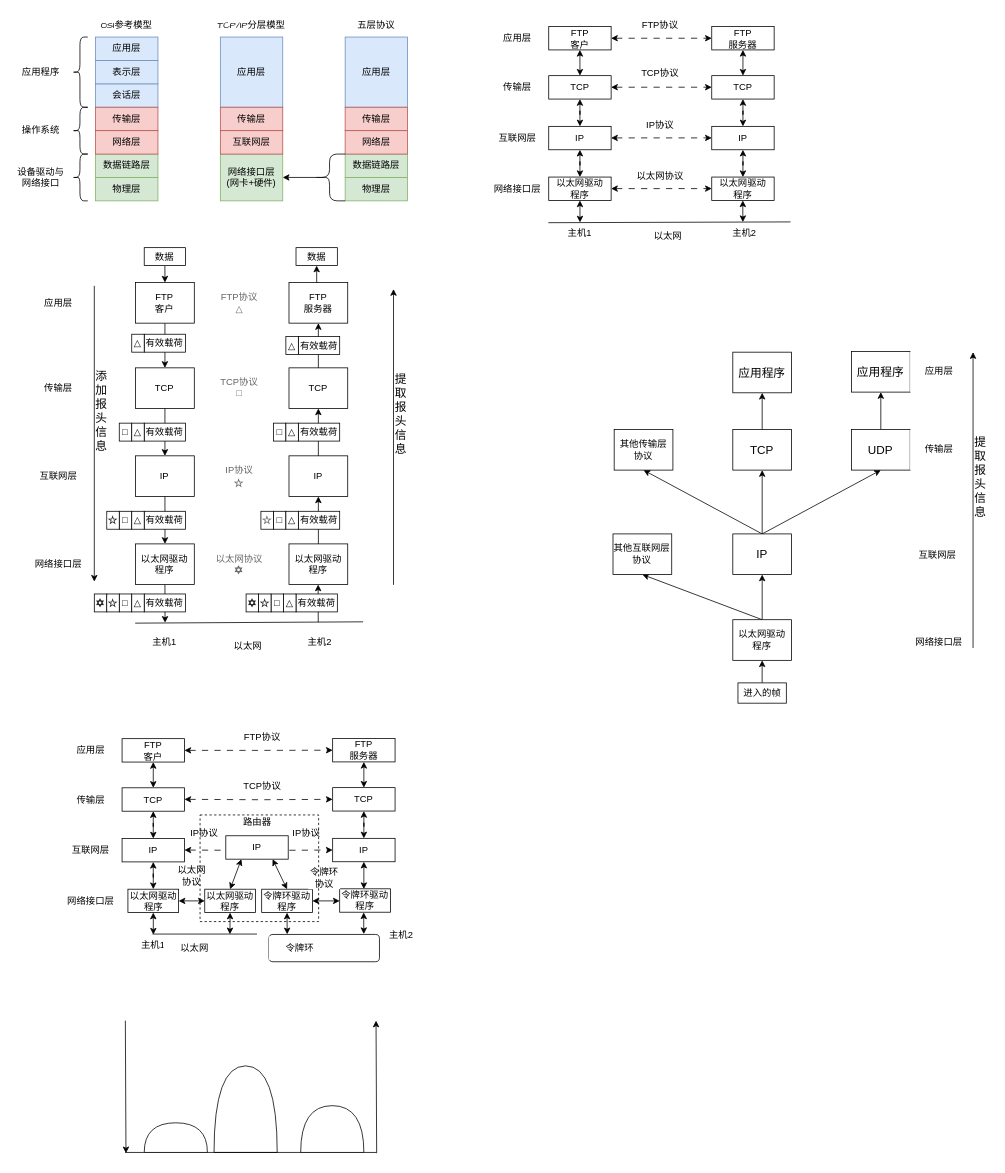
Earlier version of the draw.io diagram 未命名绘图.drawio (xyshawy/IMG). Source tidied: cells renumbered, new cells numbered last; positions are measured from the earlier drawing's top-left corner, leaving out a move shared by most shapes. Both pictures are drawn from the tidied source at 78%, with x=0, y=0 at pixel (13, 13).
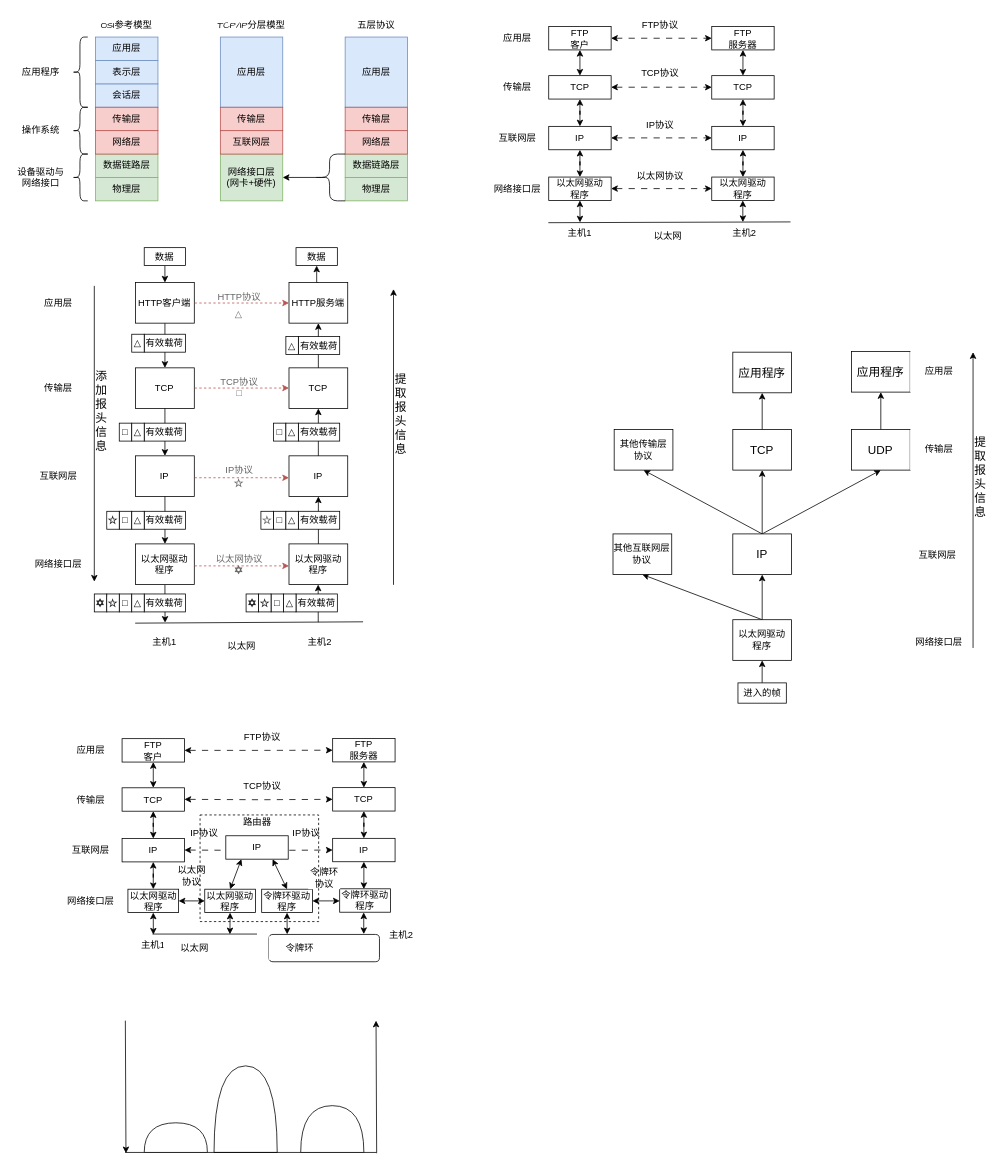
The same page after the edit.

The edit, as a diff of the source:
```diff
@@
-    <mxCell id="67" value="FTP&lt;br&gt;客户" style="rounded=0;whiteSpace=wrap;html=1;fontFamily=Songti TC;" parent="1" vertex="1">
+    <mxCell id="67" value="HTTP客户端" style="rounded=0;whiteSpace=wrap;html=1;fontFamily=Songti TC;" parent="1" vertex="1">
       <mxGeometry x="156.3" y="344.7" width="75.3" height="52.1" as="geometry" />
     </mxCell>
@@
-    <mxCell id="75" value="FTP&lt;br&gt;服务器" style="rounded=0;whiteSpace=wrap;html=1;fontFamily=Songti TC;" parent="1" vertex="1">
+    <mxCell id="75" value="HTTP服务端" style="rounded=0;whiteSpace=wrap;html=1;fontFamily=Songti TC;" parent="1" vertex="1">
       <mxGeometry x="353" y="344.7" width="75.3" height="52.1" as="geometry" />
     </mxCell>
@@
-    <mxCell id="82" value="FTP协议" style="rounded=0;whiteSpace=wrap;html=1;fontFamily=Songti TC;strokeColor=none;fontColor=#666666;" parent="1" vertex="1">
+    <mxCell id="82" value="HTTP协议" style="rounded=0;whiteSpace=wrap;html=1;fontFamily=Songti TC;strokeColor=none;fontColor=#666666;" parent="1" vertex="1">
       <mxGeometry x="252" y="338" width="75.3" height="52.1" as="geometry" />
     </mxCell>
@@
     <mxCell id="90" value="以太网" style="rounded=0;whiteSpace=wrap;html=1;fontFamily=Songti TC;strokeColor=none;" parent="1" vertex="1">
-      <mxGeometry x="262.6" y="784.9" width="75.3" height="52.1" as="geometry" />
+      <mxGeometry x="254.7" y="785" width="75.3" height="52.1" as="geometry" />
     </mxCell>
     <mxCell id="91" value="△" style="rounded=0;whiteSpace=wrap;html=1;fontFamily=Songti TC;strokeColor=none;fillColor=none;fontColor=#666666;" parent="1" vertex="1">
-      <mxGeometry x="252" y="353.1" width="75.3" height="52.1" as="geometry" />
+      <mxGeometry x="250.8" y="358.9" width="75.3" height="52.1" as="geometry" />
     </mxCell>
@@
+    <mxCell id="204" style="edgeStyle=orthogonalEdgeStyle;rounded=0;orthogonalLoop=1;jettySize=auto;html=1;exitX=1;exitY=0.5;exitDx=0;exitDy=0;dashed=1;fillColor=#f8cecc;strokeColor=#b85450;" parent="1" edge="1">
+      <mxGeometry relative="1" as="geometry">
+        <mxPoint x="232" y="480" as="sourcePoint" />
+        <mxPoint x="353" y="480" as="targetPoint" />
+      </mxGeometry>
+    </mxCell>
+    <mxCell id="205" style="edgeStyle=orthogonalEdgeStyle;rounded=0;orthogonalLoop=1;jettySize=auto;html=1;exitX=1;exitY=0.5;exitDx=0;exitDy=0;dashed=1;fillColor=#f8cecc;strokeColor=#b85450;" parent="1" edge="1">
+      <mxGeometry relative="1" as="geometry">
+        <mxPoint x="232" y="371" as="sourcePoint" />
+        <mxPoint x="353" y="371" as="targetPoint" />
+      </mxGeometry>
+    </mxCell>
+    <mxCell id="206" style="edgeStyle=orthogonalEdgeStyle;rounded=0;orthogonalLoop=1;jettySize=auto;html=1;exitX=1;exitY=0.5;exitDx=0;exitDy=0;dashed=1;fillColor=#f8cecc;strokeColor=#b85450;" parent="1" edge="1">
+      <mxGeometry relative="1" as="geometry">
+        <mxPoint x="232" y="595" as="sourcePoint" />
+        <mxPoint x="353" y="595" as="targetPoint" />
+      </mxGeometry>
+    </mxCell>
+    <mxCell id="207" style="edgeStyle=orthogonalEdgeStyle;rounded=0;orthogonalLoop=1;jettySize=auto;html=1;exitX=1;exitY=0.5;exitDx=0;exitDy=0;dashed=1;fillColor=#f8cecc;strokeColor=#b85450;" parent="1" edge="1">
+      <mxGeometry relative="1" as="geometry">
+        <mxPoint x="232" y="708" as="sourcePoint" />
+        <mxPoint x="353" y="708" as="targetPoint" />
+      </mxGeometry>
+    </mxCell>
```
